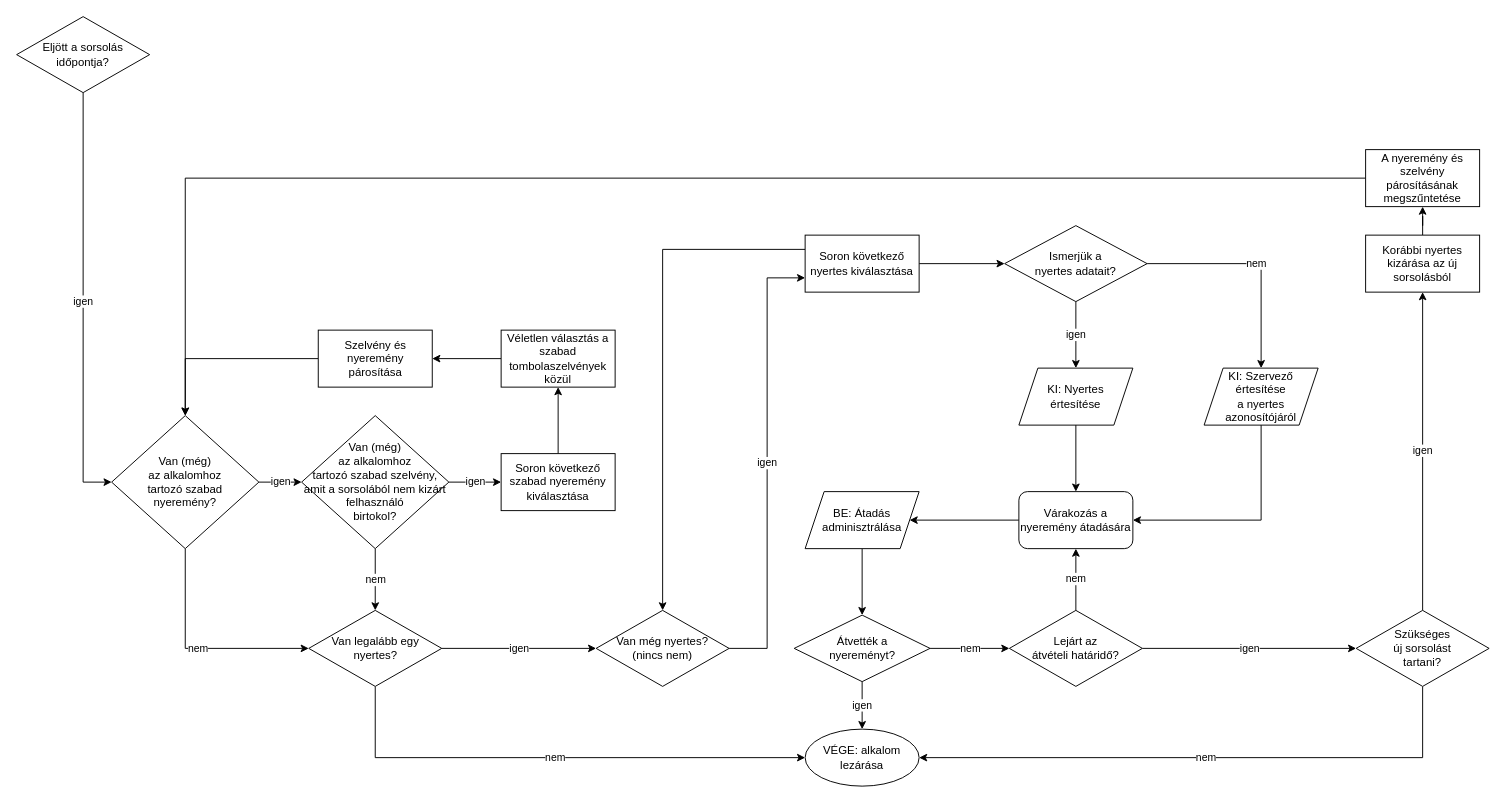
Before: page "sorsolás és nyeremény átadás" (2 of 3) of folyamat/tombola.drawio in theqbz/Tombola, a draw.io diagram. Source tidied: cells renumbered, new cells numbered last; positions are measured from the earlier drawing's top-left corner, leaving out a move shared by most shapes. Both pictures are drawn from the tidied source at 95%, with x=0, y=0 at pixel (16, 16).
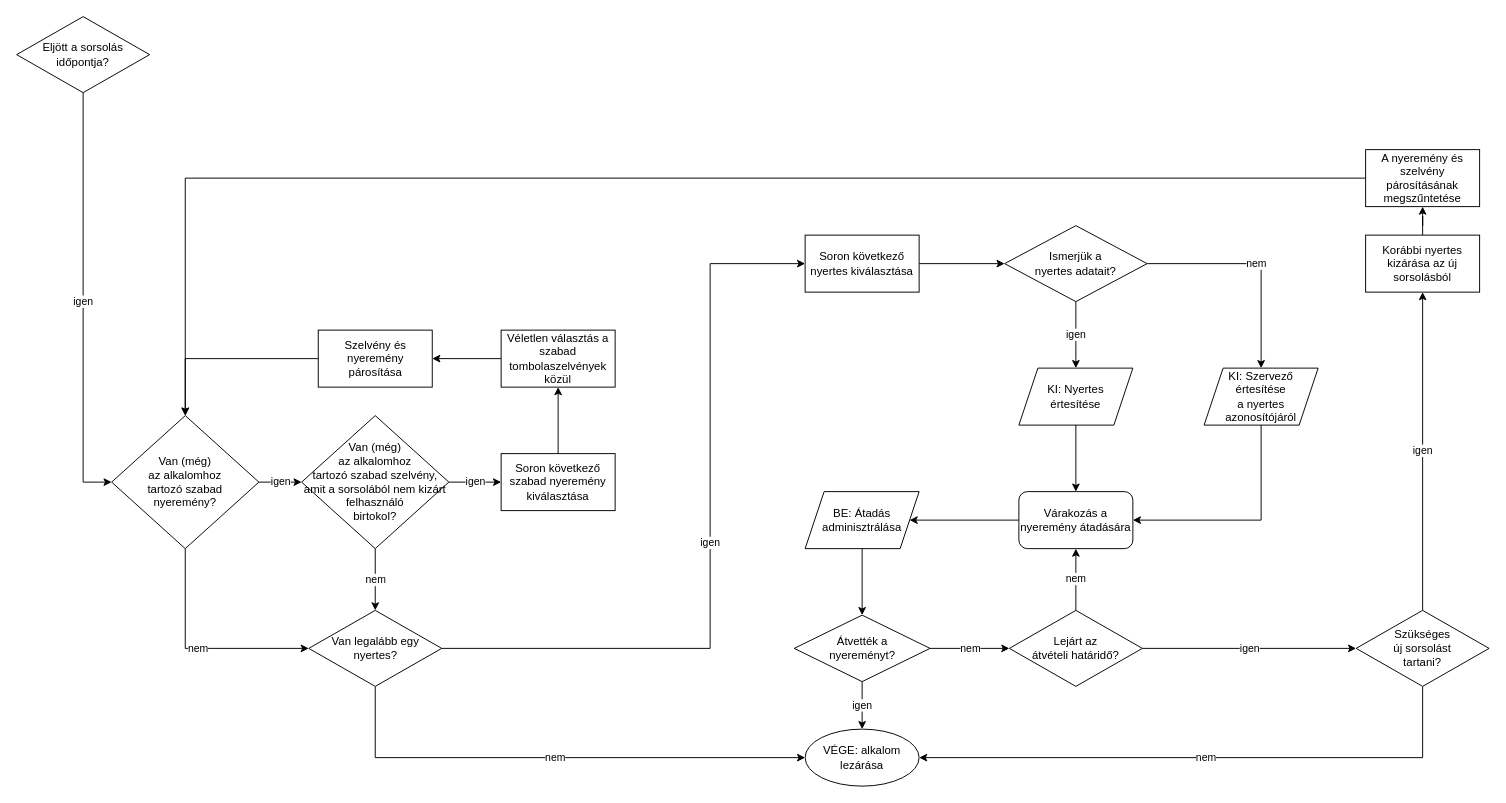
The same page after the edit.

The change refers to these unchanged cells:
```xml
<mxCell id="35" value="Van legalább egy nyertes?" style="rhombus;whiteSpace=wrap;html=1;" parent="1" vertex="1">
  <mxGeometry x="307.5" y="625" width="140" height="80" as="geometry" />
</mxCell>
<mxCell id="38" value="Soron következő nyertes kiválasztása" style="whiteSpace=wrap;html=1;" parent="1" vertex="1">
  <mxGeometry x="830" y="230" width="120" height="60" as="geometry" />
</mxCell>
```

Change to the diagram source:
```diff
@@
-    <mxCell id="34" value="igen" style="edgeStyle=orthogonalEdgeStyle;rounded=0;jettySize=auto;html=1;" parent="1" edge="1" source="35" target="40">
-      <mxGeometry relative="1" as="geometry" />
-    </mxCell>
+    <mxCell id="49" value="igen" style="edgeStyle=orthogonalEdgeStyle;rounded=0;jettySize=auto;html=1;exitX=1;exitY=0.5;exitDx=0;exitDy=0;entryX=0;entryY=0.5;entryDx=0;entryDy=0;" parent="1" edge="1" source="35" target="38">
+      <mxGeometry relative="1" as="geometry">
+        <Array as="points">
+          <mxPoint x="730" y="665" />
+          <mxPoint x="730" y="260" />
+        </Array>
+      </mxGeometry>
+    </mxCell>
@@
-    <mxCell id="37" style="edgeStyle=orthogonalEdgeStyle;rounded=0;jettySize=auto;html=1;exitX=0;exitY=0.25;exitDx=0;exitDy=0;entryX=0.5;entryY=0;entryDx=0;entryDy=0;startArrow=none;startFill=0;" parent="1" edge="1" source="38" target="40">
-      <mxGeometry relative="1" as="geometry" />
-    </mxCell>
@@
-    <mxCell id="39" value="igen" style="edgeStyle=orthogonalEdgeStyle;rounded=0;jettySize=auto;html=1;exitX=1;exitY=0.5;exitDx=0;exitDy=0;entryX=0;entryY=0.75;entryDx=0;entryDy=0;startArrow=none;startFill=0;" parent="1" edge="1" source="40" target="38">
-      <mxGeometry relative="1" as="geometry" />
-    </mxCell>
-    <mxCell id="40" value="&lt;div&gt;Van még nyertes?&lt;/div&gt;&lt;div&gt;(nincs nem)&lt;br&gt;&lt;/div&gt;" style="rhombus;whiteSpace=wrap;html=1;" parent="1" vertex="1">
-      <mxGeometry x="610" y="625" width="140" height="80" as="geometry" />
-    </mxCell>
```
